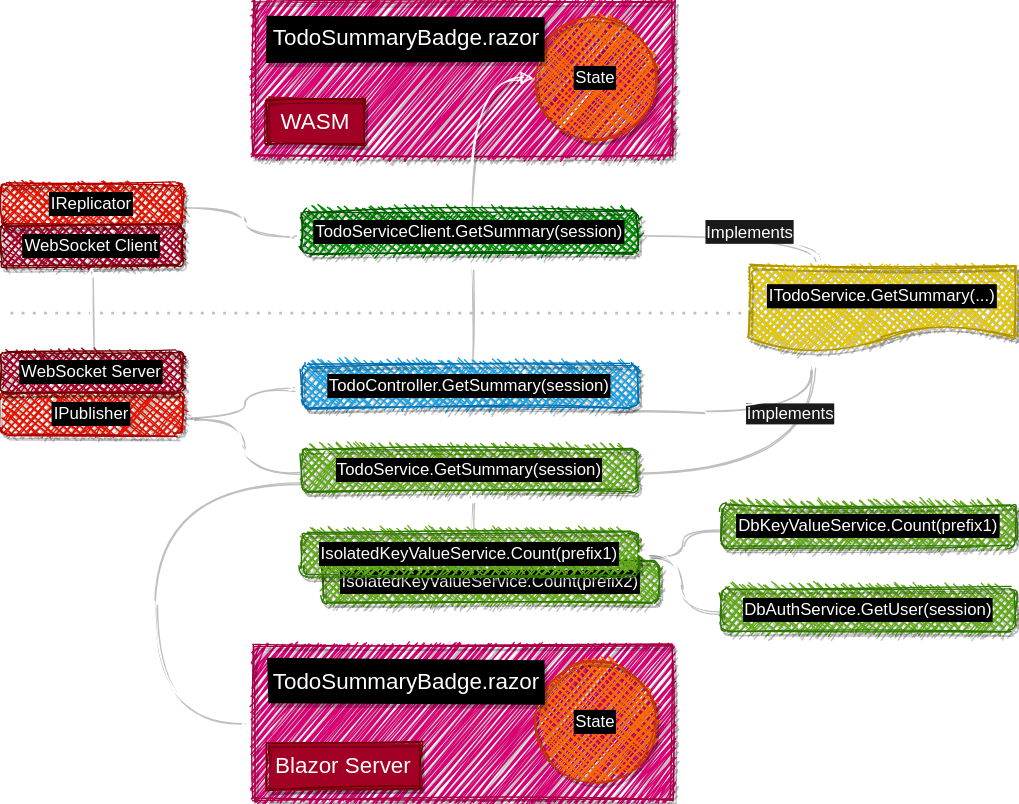
Before: Slides/Fusion_v2/diagrams/todo-app/6.dio.svg, a diagram exported from draw.io (alexyakunin/Stl.Fusion.Materials). Source tidied: cells renumbered, new cells last; positions are measured from the earlier drawing's top-left corner, leaving out a move shared by most shapes. Source of this version:
```xml
<mxGraphModel>
  <root>
    <mxCell id="0" />
    <mxCell id="1" parent="0" />
    <mxCell id="2" style="group;" parent="1" vertex="1">
      <mxGeometry x="180" width="300" height="110" as="geometry" />
    </mxCell>
    <mxCell id="3" style="whiteSpace=wrap;html=1;sketch=1;rounded=0;fillStyle=zigzag;fillColor=#d80073;strokeColor=#A50040;fontColor=#ffffff;shadow=1;" parent="2" vertex="1">
      <mxGeometry width="300" height="110" as="geometry" />
    </mxCell>
    <mxCell id="4" value="State" style="ellipse;whiteSpace=wrap;html=1;rounded=1;sketch=1;fillColor=#fa6800;strokeColor=#C73500;fontColor=#ffffff;fillStyle=cross-hatch;labelBackgroundColor=#000000;labelBorderColor=#000000;shadow=1;" parent="2" vertex="1">
      <mxGeometry x="200" y="10" width="90" height="90" as="geometry" />
    </mxCell>
    <mxCell id="5" value="TodoSummaryBadge.razor" style="text;html=1;strokeColor=none;align=center;verticalAlign=middle;whiteSpace=wrap;rounded=0;sketch=1;fontSize=16;fillColor=#000000;fillStyle=solid;shadow=1;fontColor=#FFFFFF;" parent="2" vertex="1">
      <mxGeometry x="10" y="10" width="200" height="32.5" as="geometry" />
    </mxCell>
    <mxCell id="6" value="IsolatedKeyValueService.Count(prefix2)" style="whiteSpace=wrap;html=1;fillColor=#60a917;strokeColor=#2D7600;fontColor=#ffffff;fillStyle=cross-hatch;shadow=1;labelBackgroundColor=#000000;labelBorderColor=#000000;sketch=1;rounded=1;" parent="1" vertex="1">
      <mxGeometry x="230" y="400" width="240" height="30" as="geometry" />
    </mxCell>
    <mxCell id="7" value="&lt;font style=&quot;font-size: 12px&quot;&gt;Implements&lt;/font&gt;" style="edgeStyle=orthogonalEdgeStyle;curved=1;sketch=1;jettySize=auto;html=1;exitX=1;exitY=0.5;exitDx=0;exitDy=0;entryX=0.233;entryY=0.992;entryDx=0;entryDy=0;entryPerimeter=0;shadow=1;endArrow=block;endFill=0;strokeColor=#FFFFFF;labelBackgroundColor=#1A1A1A;fontColor=#FFFFFF;" parent="1" edge="1" source="10" target="19">
      <mxGeometry x="0.56" y="15" relative="1" as="geometry" />
    </mxCell>
    <mxCell id="8" style="edgeStyle=orthogonalEdgeStyle;curved=1;sketch=1;jettySize=auto;html=1;exitX=0;exitY=0.5;exitDx=0;exitDy=0;entryX=1;entryY=0.5;entryDx=0;entryDy=0;shadow=1;startArrow=none;startFill=0;strokeColor=#FFFFFF;" parent="1" edge="1" source="10" target="31">
      <mxGeometry relative="1" as="geometry" />
    </mxCell>
    <mxCell id="9" style="edgeStyle=orthogonalEdgeStyle;jettySize=auto;html=1;exitX=0;exitY=0.75;exitDx=0;exitDy=0;entryX=0;entryY=0.5;entryDx=0;entryDy=0;curved=1;shadow=1;sketch=1;strokeColor=#FFFFFF;" parent="1" edge="1" source="10" target="35">
      <mxGeometry relative="1" as="geometry">
        <Array as="points">
          <mxPoint x="110" y="343" />
          <mxPoint x="110" y="515" />
        </Array>
      </mxGeometry>
    </mxCell>
    <mxCell id="10" value="TodoService.GetSummary(session)" style="whiteSpace=wrap;html=1;fillColor=#60a917;strokeColor=#2D7600;fontColor=#ffffff;fillStyle=cross-hatch;labelBackgroundColor=#000000;labelBorderColor=#000000;sketch=1;rounded=1;shadow=1;" parent="1" vertex="1">
      <mxGeometry x="215" y="320" width="240" height="30" as="geometry" />
    </mxCell>
    <mxCell id="11" style="edgeStyle=orthogonalEdgeStyle;jettySize=auto;html=1;exitX=0.5;exitY=0;exitDx=0;exitDy=0;entryX=0.5;entryY=1;entryDx=0;entryDy=0;curved=1;sketch=1;shadow=1;strokeColor=#FFFFFF;" parent="1" edge="1" source="12" target="10">
      <mxGeometry relative="1" as="geometry" />
    </mxCell>
    <mxCell id="12" value="IsolatedKeyValueService.Count(prefix1)" style="whiteSpace=wrap;html=1;fillColor=#60a917;strokeColor=#2D7600;fontColor=#ffffff;fillStyle=cross-hatch;shadow=1;labelBackgroundColor=#000000;labelBorderColor=#000000;sketch=1;rounded=1;" parent="1" vertex="1">
      <mxGeometry x="215" y="380" width="240" height="30" as="geometry" />
    </mxCell>
    <mxCell id="13" style="edgeStyle=orthogonalEdgeStyle;curved=1;sketch=1;jettySize=auto;html=1;exitX=0.5;exitY=0;exitDx=0;exitDy=0;entryX=0.5;entryY=1;entryDx=0;entryDy=0;shadow=1;endArrow=block;endFill=0;strokeColor=#FFFFFF;" parent="1" edge="1" source="15" target="18">
      <mxGeometry relative="1" as="geometry" />
    </mxCell>
    <mxCell id="14" style="edgeStyle=orthogonalEdgeStyle;curved=1;sketch=1;jettySize=auto;html=1;exitX=1;exitY=0.5;exitDx=0;exitDy=0;entryX=0.23;entryY=1.025;entryDx=0;entryDy=0;entryPerimeter=0;shadow=1;endArrow=block;endFill=0;fontSize=14;strokeColor=#FFFFFF;" parent="1" edge="1" source="15" target="19">
      <mxGeometry relative="1" as="geometry">
        <Array as="points">
          <mxPoint x="425" y="290" />
          <mxPoint x="570" y="290" />
        </Array>
      </mxGeometry>
    </mxCell>
    <mxCell id="15" value="TodoController.GetSummary(session)" style="whiteSpace=wrap;html=1;fillColor=#1ba1e2;strokeColor=#006EAF;fontColor=#ffffff;fillStyle=cross-hatch;labelBackgroundColor=#000000;labelBorderColor=#000000;sketch=1;rounded=1;shadow=1;" parent="1" vertex="1">
      <mxGeometry x="215" y="260" width="240" height="30" as="geometry" />
    </mxCell>
    <mxCell id="16" style="edgeStyle=orthogonalEdgeStyle;curved=1;sketch=1;jettySize=auto;html=1;exitX=0.5;exitY=0;exitDx=0;exitDy=0;entryX=0;entryY=0.5;entryDx=0;entryDy=0;shadow=1;endArrow=block;endFill=0;strokeColor=#FFFFFF;" parent="1" edge="1" source="18" target="4">
      <mxGeometry relative="1" as="geometry" />
    </mxCell>
    <mxCell id="17" value="&lt;font style=&quot;font-size: 12px&quot;&gt;Implements&amp;nbsp;&lt;/font&gt;" style="edgeStyle=orthogonalEdgeStyle;curved=1;sketch=1;jettySize=auto;html=1;exitX=1;exitY=0.5;exitDx=0;exitDy=0;entryX=0.25;entryY=0;entryDx=0;entryDy=0;shadow=1;endArrow=block;endFill=0;fontSize=14;strokeColor=#FFFFFF;labelBackgroundColor=#1A1A1A;fontColor=#FFFFFF;" parent="1" edge="1" source="18" target="19">
      <mxGeometry x="0.04" relative="1" as="geometry" />
    </mxCell>
    <mxCell id="18" value="TodoServiceClient.GetSummary(session)" style="whiteSpace=wrap;html=1;fillColor=#008a00;strokeColor=#005700;fontColor=#ffffff;fillStyle=cross-hatch;labelBackgroundColor=#000000;labelBorderColor=#000000;sketch=1;rounded=1;shadow=1;" parent="1" vertex="1">
      <mxGeometry x="215" y="150" width="240" height="30" as="geometry" />
    </mxCell>
    <mxCell id="19" value="ITodoService.GetSummary(...)" style="shape=document;whiteSpace=wrap;html=1;boundedLbl=1;sketch=1;fillColor=#e3c800;strokeColor=#B09500;fontColor=#ffffff;rounded=1;labelBackgroundColor=#000000;labelBorderColor=#000000;fillStyle=cross-hatch;shadow=1;" parent="1" vertex="1">
      <mxGeometry x="535" y="190" width="190" height="60" as="geometry" />
    </mxCell>
    <mxCell id="20" style="endArrow=none;dashed=1;html=1;dashPattern=1 3;strokeWidth=2;shadow=1;strokeColor=#FFFFFF;" parent="1" edge="1">
      <mxGeometry relative="1" as="geometry">
        <mxPoint x="5" y="220" as="sourcePoint" />
        <mxPoint x="535" y="220" as="targetPoint" />
      </mxGeometry>
    </mxCell>
    <mxCell id="21" value="Client" style="text;html=1;fillColor=none;align=left;verticalAlign=middle;whiteSpace=wrap;rounded=0;shadow=1;sketch=1;fontSize=14;fontColor=#FFFFFF;" parent="1" vertex="1">
      <mxGeometry x="145" y="190" width="50" height="30" as="geometry" />
    </mxCell>
    <mxCell id="22" value="Server" style="text;html=1;fillColor=none;align=left;verticalAlign=middle;whiteSpace=wrap;rounded=0;shadow=1;sketch=1;fontSize=14;fontColor=#FFFFFF;" parent="1" vertex="1">
      <mxGeometry x="145" y="220" width="50" height="30" as="geometry" />
    </mxCell>
    <mxCell id="23" style="edgeStyle=orthogonalEdgeStyle;curved=1;sketch=1;jettySize=auto;html=1;exitX=0;exitY=0.5;exitDx=0;exitDy=0;entryX=1;entryY=0.5;entryDx=0;entryDy=0;shadow=1;strokeColor=#FFFFFF;" parent="1" edge="1" source="24" target="12">
      <mxGeometry relative="1" as="geometry" />
    </mxCell>
    <mxCell id="24" value="DbKeyValueService.Count(prefix1)" style="whiteSpace=wrap;html=1;fillColor=#60a917;strokeColor=#2D7600;fontColor=#ffffff;fillStyle=cross-hatch;shadow=1;labelBackgroundColor=#000000;labelBorderColor=#000000;sketch=1;rounded=1;" parent="1" vertex="1">
      <mxGeometry x="515" y="360" width="210" height="30" as="geometry" />
    </mxCell>
    <mxCell id="25" style="edgeStyle=orthogonalEdgeStyle;curved=1;sketch=1;jettySize=auto;html=1;exitX=0;exitY=0.5;exitDx=0;exitDy=0;entryX=1;entryY=0.5;entryDx=0;entryDy=0;shadow=1;strokeColor=#FFFFFF;" parent="1" edge="1" source="26" target="12">
      <mxGeometry relative="1" as="geometry" />
    </mxCell>
    <mxCell id="26" value="DbAuthService.GetUser(session)" style="whiteSpace=wrap;html=1;fillColor=#60a917;strokeColor=#2D7600;fontColor=#ffffff;fillStyle=cross-hatch;shadow=1;labelBackgroundColor=#000000;labelBorderColor=#000000;sketch=1;rounded=1;" parent="1" vertex="1">
      <mxGeometry x="515" y="420" width="210" height="30" as="geometry" />
    </mxCell>
    <mxCell id="27" style="edgeStyle=orthogonalEdgeStyle;curved=1;sketch=1;jettySize=auto;html=1;exitX=1;exitY=0.5;exitDx=0;exitDy=0;entryX=0;entryY=0.5;entryDx=0;entryDy=0;shadow=1;startArrow=none;startFill=0;strokeColor=#FFFFFF;" parent="1" edge="1" source="28" target="18">
      <mxGeometry relative="1" as="geometry" />
    </mxCell>
    <mxCell id="28" value="IReplicator" style="whiteSpace=wrap;html=1;fillColor=#e51400;strokeColor=#B20000;fontColor=#ffffff;fillStyle=cross-hatch;labelBackgroundColor=#000000;labelBorderColor=#000000;sketch=1;rounded=1;shadow=1;" parent="1" vertex="1">
      <mxGeometry y="130" width="130" height="30" as="geometry" />
    </mxCell>
    <mxCell id="29" value="WebSocket Client" style="whiteSpace=wrap;html=1;fillColor=#a20025;strokeColor=#6F0000;fontColor=#ffffff;fillStyle=cross-hatch;labelBackgroundColor=#000000;labelBorderColor=#000000;sketch=1;rounded=1;shadow=1;" parent="1" vertex="1">
      <mxGeometry y="160" width="130" height="30" as="geometry" />
    </mxCell>
    <mxCell id="30" style="edgeStyle=orthogonalEdgeStyle;curved=1;sketch=1;jettySize=auto;html=1;exitX=1;exitY=0.5;exitDx=0;exitDy=0;entryX=0;entryY=0.5;entryDx=0;entryDy=0;shadow=1;startArrow=none;startFill=0;strokeColor=#FFFFFF;" parent="1" edge="1" source="31" target="15">
      <mxGeometry relative="1" as="geometry" />
    </mxCell>
    <mxCell id="31" value="IPublisher" style="whiteSpace=wrap;html=1;fillColor=#e51400;strokeColor=#B20000;fontColor=#ffffff;fillStyle=cross-hatch;labelBackgroundColor=#000000;labelBorderColor=#000000;sketch=1;rounded=1;shadow=1;" parent="1" vertex="1">
      <mxGeometry y="280" width="130" height="30" as="geometry" />
    </mxCell>
    <mxCell id="32" style="edgeStyle=orthogonalEdgeStyle;curved=1;sketch=1;jettySize=auto;html=1;exitX=0.5;exitY=0;exitDx=0;exitDy=0;entryX=0.5;entryY=1;entryDx=0;entryDy=0;shadow=1;startArrow=none;startFill=0;strokeColor=#FFFFFF;" parent="1" edge="1" source="33" target="29">
      <mxGeometry relative="1" as="geometry" />
    </mxCell>
    <mxCell id="33" value="WebSocket Server" style="whiteSpace=wrap;html=1;fillColor=#a20025;strokeColor=#6F0000;fontColor=#ffffff;fillStyle=cross-hatch;labelBackgroundColor=#000000;labelBorderColor=#000000;sketch=1;rounded=1;shadow=1;" parent="1" vertex="1">
      <mxGeometry y="250" width="130" height="30" as="geometry" />
    </mxCell>
    <mxCell id="34" style="group;" parent="1" vertex="1">
      <mxGeometry x="180" y="460" width="300" height="110" as="geometry" />
    </mxCell>
    <mxCell id="35" style="whiteSpace=wrap;html=1;sketch=1;rounded=0;fillStyle=zigzag;fillColor=#d80073;strokeColor=#A50040;fontColor=#ffffff;shadow=1;" parent="34" vertex="1">
      <mxGeometry width="300" height="110" as="geometry" />
    </mxCell>
    <mxCell id="36" value="State" style="ellipse;whiteSpace=wrap;html=1;rounded=1;sketch=1;fillColor=#fa6800;strokeColor=#C73500;fontColor=#ffffff;fillStyle=cross-hatch;labelBackgroundColor=#000000;labelBorderColor=#000000;shadow=1;" parent="34" vertex="1">
      <mxGeometry x="200" y="10" width="90" height="90" as="geometry" />
    </mxCell>
    <mxCell id="37" value="TodoSummaryBadge.razor" style="text;html=1;strokeColor=none;align=center;verticalAlign=middle;whiteSpace=wrap;rounded=0;sketch=1;fontSize=16;fillColor=#000000;fillStyle=solid;shadow=1;fontColor=#FFFFFF;" parent="34" vertex="1">
      <mxGeometry x="10" y="10" width="200" height="32.5" as="geometry" />
    </mxCell>
    <mxCell id="38" value="WASM" style="text;html=1;strokeColor=#6F0000;align=center;verticalAlign=middle;whiteSpace=wrap;rounded=0;sketch=1;fontSize=16;fillColor=#a20025;fillStyle=solid;shadow=1;fontColor=#ffffff;" parent="1" vertex="1">
      <mxGeometry x="190" y="70" width="70" height="32.5" as="geometry" />
    </mxCell>
    <mxCell id="39" value="Blazor Server" style="text;html=1;strokeColor=#6F0000;align=center;verticalAlign=middle;whiteSpace=wrap;rounded=0;sketch=1;fontSize=16;fillColor=#a20025;fillStyle=solid;shadow=1;fontColor=#ffffff;" parent="1" vertex="1">
      <mxGeometry x="190" y="530" width="110" height="32.5" as="geometry" />
    </mxCell>
  </root>
</mxGraphModel>
```
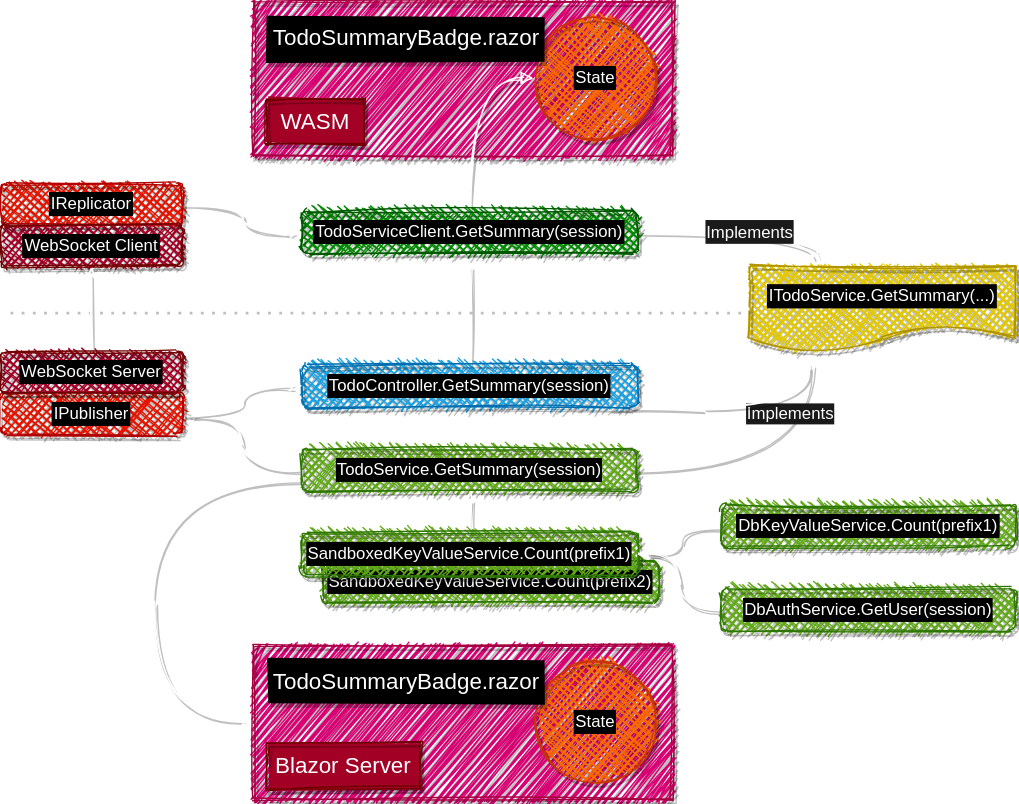
The same file after the commit.

Change to the diagram source:
```diff
@@ -14,7 +14,7 @@
     <mxCell id="5" value="TodoSummaryBadge.razor" style="text;html=1;strokeColor=none;align=center;verticalAlign=middle;whiteSpace=wrap;rounded=0;sketch=1;fontSize=16;fillColor=#000000;fillStyle=solid;shadow=1;fontColor=#FFFFFF;" parent="2" vertex="1">
       <mxGeometry x="10" y="10" width="200" height="32.5" as="geometry" />
     </mxCell>
-    <mxCell id="6" value="IsolatedKeyValueService.Count(prefix2)" style="whiteSpace=wrap;html=1;fillColor=#60a917;strokeColor=#2D7600;fontColor=#ffffff;fillStyle=cross-hatch;shadow=1;labelBackgroundColor=#000000;labelBorderColor=#000000;sketch=1;rounded=1;" parent="1" vertex="1">
+    <mxCell id="6" value="SandboxedKeyValueService.Count(prefix2)" style="whiteSpace=wrap;html=1;fillColor=#60a917;strokeColor=#2D7600;fontColor=#ffffff;fillStyle=cross-hatch;shadow=1;labelBackgroundColor=#000000;labelBorderColor=#000000;sketch=1;rounded=1;" parent="1" vertex="1">
       <mxGeometry x="230" y="400" width="240" height="30" as="geometry" />
     </mxCell>
     <mxCell id="7" value="&lt;font style=&quot;font-size: 12px&quot;&gt;Implements&lt;/font&gt;" style="edgeStyle=orthogonalEdgeStyle;curved=1;sketch=1;jettySize=auto;html=1;exitX=1;exitY=0.5;exitDx=0;exitDy=0;entryX=0.233;entryY=0.992;entryDx=0;entryDy=0;entryPerimeter=0;shadow=1;endArrow=block;endFill=0;strokeColor=#FFFFFF;labelBackgroundColor=#1A1A1A;fontColor=#FFFFFF;" parent="1" edge="1" source="10" target="19">
@@ -37,7 +37,7 @@
     <mxCell id="11" style="edgeStyle=orthogonalEdgeStyle;jettySize=auto;html=1;exitX=0.5;exitY=0;exitDx=0;exitDy=0;entryX=0.5;entryY=1;entryDx=0;entryDy=0;curved=1;sketch=1;shadow=1;strokeColor=#FFFFFF;" parent="1" edge="1" source="12" target="10">
       <mxGeometry relative="1" as="geometry" />
     </mxCell>
-    <mxCell id="12" value="IsolatedKeyValueService.Count(prefix1)" style="whiteSpace=wrap;html=1;fillColor=#60a917;strokeColor=#2D7600;fontColor=#ffffff;fillStyle=cross-hatch;shadow=1;labelBackgroundColor=#000000;labelBorderColor=#000000;sketch=1;rounded=1;" parent="1" vertex="1">
+    <mxCell id="12" value="SandboxedKeyValueService.Count(prefix1)" style="whiteSpace=wrap;html=1;fillColor=#60a917;strokeColor=#2D7600;fontColor=#ffffff;fillStyle=cross-hatch;shadow=1;labelBackgroundColor=#000000;labelBorderColor=#000000;sketch=1;rounded=1;" parent="1" vertex="1">
       <mxGeometry x="215" y="380" width="240" height="30" as="geometry" />
     </mxCell>
     <mxCell id="13" style="edgeStyle=orthogonalEdgeStyle;curved=1;sketch=1;jettySize=auto;html=1;exitX=0.5;exitY=0;exitDx=0;exitDy=0;entryX=0.5;entryY=1;entryDx=0;entryDy=0;shadow=1;endArrow=block;endFill=0;strokeColor=#FFFFFF;" parent="1" edge="1" source="15" target="18">
```
